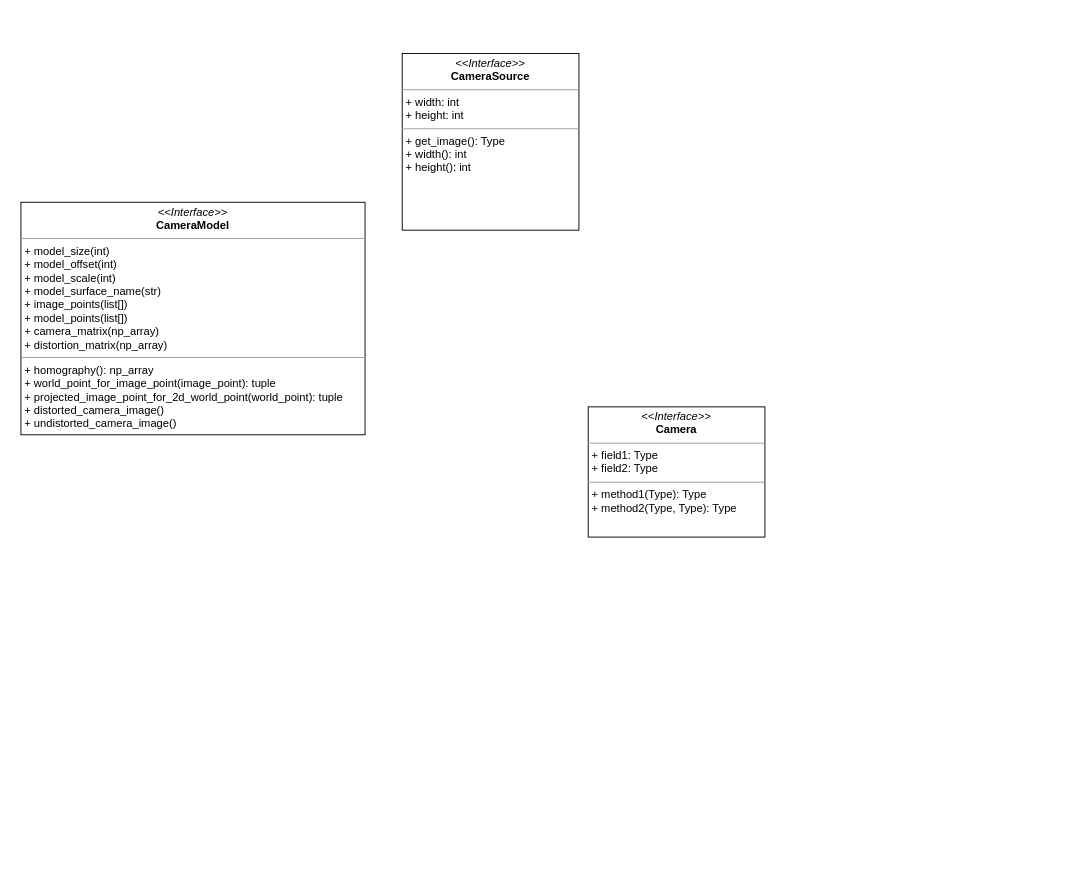
Above: CameraKit.drawio in ausport/vk-camerakit (draw.io), before the change. Source tidied: cells renumbered, new cells numbered last; positions are measured from the earlier drawing's top-left corner, leaving out a move shared by most shapes. Both pictures are drawn from the tidied source at 93%, with x=0, y=0 at pixel (20, 53).
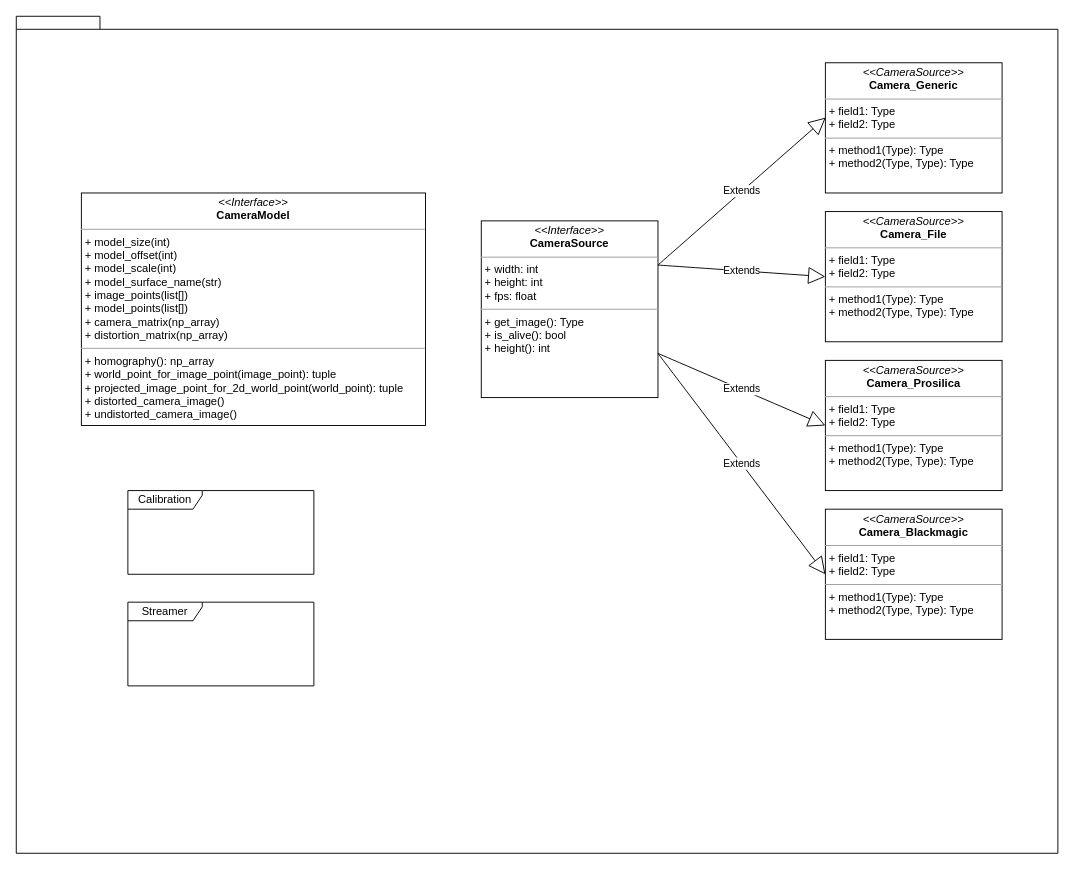
The same diagram, later.

What changed in the source:
```diff
@@
 <mxGraphModel>
   <root>
     <mxCell id="0" />
     <mxCell id="1" parent="0" />
+    <mxCell id="5" style="group;" parent="1" vertex="1">
+      <mxGeometry x="-5" y="-40" width="1120" height="900" as="geometry" />
+    </mxCell>
+    <mxCell id="6" style="shape=folder;fontStyle=1;spacingTop=10;tabWidth=40;tabHeight=14;tabPosition=left;html=1;" parent="5" vertex="1">
+      <mxGeometry width="1120" height="900" as="geometry" />
+    </mxCell>
-    <mxCell id="2" value="&lt;p style=&quot;margin: 0px ; margin-top: 4px ; text-align: center&quot;&gt;&lt;i&gt;&amp;lt;&amp;lt;Interface&amp;gt;&amp;gt;&lt;/i&gt;&lt;br&gt;&lt;b&gt;CameraModel&lt;/b&gt;&lt;/p&gt;&lt;hr size=&quot;1&quot;&gt;&lt;p style=&quot;margin: 0px ; margin-left: 4px&quot;&gt;+&amp;nbsp;model_size(int)&lt;br style=&quot;padding: 0px ; margin: 0px&quot;&gt;+&amp;nbsp;model_offset(int)&lt;br style=&quot;padding: 0px ; margin: 0px&quot;&gt;+&amp;nbsp;model_scale(int)&lt;br style=&quot;padding: 0px ; margin: 0px&quot;&gt;+&amp;nbsp;model_surface_name(str)&lt;br style=&quot;padding: 0px ; margin: 0px&quot;&gt;+ image_points(list[])&lt;br style=&quot;padding: 0px ; margin: 0px&quot;&gt;+ model_points(list[])&amp;nbsp;&amp;nbsp;&amp;nbsp;&amp;nbsp;&lt;br style=&quot;padding: 0px ; margin: 0px&quot;&gt;+&amp;nbsp;camera_matrix(np_array)&lt;br style=&quot;padding: 0px ; margin: 0px&quot;&gt;+&amp;nbsp;distortion_matrix(np_array)&lt;br&gt;&lt;/p&gt;&lt;hr size=&quot;1&quot;&gt;&lt;p style=&quot;margin: 0px ; margin-left: 4px&quot;&gt;+ homography():&amp;nbsp;np_array&lt;br style=&quot;padding: 0px ; margin: 0px&quot;&gt;+&amp;nbsp;world_point_for_image_point(image_point): tuple&lt;br style=&quot;padding: 0px ; margin: 0px&quot;&gt;+ projected_image_point_for_2d_world_point(world_point): tuple&lt;br style=&quot;padding: 0px ; margin: 0px&quot;&gt;+&amp;nbsp;distorted_camera_image()&lt;br style=&quot;padding: 0px ; margin: 0px&quot;&gt;+ undistorted_camera_image()&lt;br&gt;&lt;/p&gt;" style="verticalAlign=top;align=left;overflow=fill;fontSize=12;fontFamily=Helvetica;html=1;" parent="1" vertex="1">
-      <mxGeometry y="160" width="370" height="250" as="geometry" />
+    <mxCell id="2" value="&lt;p style=&quot;margin: 0px ; margin-top: 4px ; text-align: center&quot;&gt;&lt;i&gt;&amp;lt;&amp;lt;Interface&amp;gt;&amp;gt;&lt;/i&gt;&lt;br&gt;&lt;b&gt;CameraModel&lt;/b&gt;&lt;/p&gt;&lt;hr size=&quot;1&quot;&gt;&lt;p style=&quot;margin: 0px ; margin-left: 4px&quot;&gt;+&amp;nbsp;model_size(int)&lt;br style=&quot;padding: 0px ; margin: 0px&quot;&gt;+&amp;nbsp;model_offset(int)&lt;br style=&quot;padding: 0px ; margin: 0px&quot;&gt;+&amp;nbsp;model_scale(int)&lt;br style=&quot;padding: 0px ; margin: 0px&quot;&gt;+&amp;nbsp;model_surface_name(str)&lt;br style=&quot;padding: 0px ; margin: 0px&quot;&gt;+ image_points(list[])&lt;br style=&quot;padding: 0px ; margin: 0px&quot;&gt;+ model_points(list[])&amp;nbsp;&amp;nbsp;&amp;nbsp;&amp;nbsp;&lt;br style=&quot;padding: 0px ; margin: 0px&quot;&gt;+&amp;nbsp;camera_matrix(np_array)&lt;br style=&quot;padding: 0px ; margin: 0px&quot;&gt;+&amp;nbsp;distortion_matrix(np_array)&lt;br&gt;&lt;/p&gt;&lt;hr size=&quot;1&quot;&gt;&lt;p style=&quot;margin: 0px ; margin-left: 4px&quot;&gt;+ homography():&amp;nbsp;np_array&lt;br style=&quot;padding: 0px ; margin: 0px&quot;&gt;+&amp;nbsp;world_point_for_image_point(image_point): tuple&lt;br style=&quot;padding: 0px ; margin: 0px&quot;&gt;+ projected_image_point_for_2d_world_point(world_point): tuple&lt;br style=&quot;padding: 0px ; margin: 0px&quot;&gt;+&amp;nbsp;distorted_camera_image()&lt;br style=&quot;padding: 0px ; margin: 0px&quot;&gt;+ undistorted_camera_image()&lt;br&gt;&lt;/p&gt;" style="verticalAlign=top;align=left;overflow=fill;fontSize=12;fontFamily=Helvetica;html=1;" parent="5" vertex="1">
+      <mxGeometry x="70" y="190" width="370" height="250" as="geometry" />
     </mxCell>
-    <mxCell id="3" value="&lt;p style=&quot;margin: 0px ; margin-top: 4px ; text-align: center&quot;&gt;&lt;i&gt;&amp;lt;&amp;lt;Interface&amp;gt;&amp;gt;&lt;/i&gt;&lt;br&gt;&lt;b&gt;CameraSource&lt;/b&gt;&lt;/p&gt;&lt;hr size=&quot;1&quot;&gt;&lt;p style=&quot;margin: 0px ; margin-left: 4px&quot;&gt;+ width: int&lt;br&gt;+ height: int&lt;/p&gt;&lt;hr size=&quot;1&quot;&gt;&lt;p style=&quot;margin: 0px ; margin-left: 4px&quot;&gt;+ get_image(): Type&lt;br&gt;+ width(): int&lt;/p&gt;&lt;p style=&quot;margin: 0px ; margin-left: 4px&quot;&gt;+ height(): int&lt;span style=&quot;white-space: pre&quot;&gt; &lt;span style=&quot;white-space: pre&quot;&gt; &lt;/span&gt;&lt;/span&gt;&lt;br&gt;&lt;/p&gt;" style="verticalAlign=top;align=left;overflow=fill;fontSize=12;fontFamily=Helvetica;html=1;" parent="1" vertex="1">
-      <mxGeometry x="410" width="190" height="190" as="geometry" />
-    </mxCell>
-    <mxCell id="4" value="&lt;p style=&quot;margin: 0px ; margin-top: 4px ; text-align: center&quot;&gt;&lt;i&gt;&amp;lt;&amp;lt;Interface&amp;gt;&amp;gt;&lt;/i&gt;&lt;br&gt;&lt;b&gt;Camera&lt;/b&gt;&lt;/p&gt;&lt;hr size=&quot;1&quot;&gt;&lt;p style=&quot;margin: 0px ; margin-left: 4px&quot;&gt;+ field1: Type&lt;br&gt;+ field2: Type&lt;/p&gt;&lt;hr size=&quot;1&quot;&gt;&lt;p style=&quot;margin: 0px ; margin-left: 4px&quot;&gt;+ method1(Type): Type&lt;br&gt;+ method2(Type, Type): Type&lt;/p&gt;" style="verticalAlign=top;align=left;overflow=fill;fontSize=12;fontFamily=Helvetica;html=1;" parent="1" vertex="1">
-      <mxGeometry x="610" y="380" width="190" height="140" as="geometry" />
-    </mxCell>
+    <mxCell id="7" value="&lt;p style=&quot;margin: 0px ; margin-top: 4px ; text-align: center&quot;&gt;&lt;i&gt;&amp;lt;&amp;lt;Interface&amp;gt;&amp;gt;&lt;/i&gt;&lt;br&gt;&lt;b&gt;CameraSource&lt;/b&gt;&lt;/p&gt;&lt;hr size=&quot;1&quot;&gt;&lt;p style=&quot;margin: 0px ; margin-left: 4px&quot;&gt;+ width: int&lt;br&gt;+ height: int&lt;/p&gt;&lt;p style=&quot;margin: 0px ; margin-left: 4px&quot;&gt;+ fps: float&lt;/p&gt;&lt;hr size=&quot;1&quot;&gt;&lt;p style=&quot;margin: 0px ; margin-left: 4px&quot;&gt;+ get_image(): Type&lt;br&gt;+ is_alive(): bool&lt;/p&gt;&lt;p style=&quot;margin: 0px ; margin-left: 4px&quot;&gt;+ height(): int&lt;span style=&quot;white-space: pre&quot;&gt; &lt;span style=&quot;white-space: pre&quot;&gt; &lt;/span&gt;&lt;/span&gt;&lt;br&gt;&lt;/p&gt;" style="verticalAlign=top;align=left;overflow=fill;fontSize=12;fontFamily=Helvetica;html=1;" parent="5" vertex="1">
+      <mxGeometry x="500" y="220" width="190" height="190" as="geometry" />
+    </mxCell>
+    <mxCell id="8" value="&lt;p style=&quot;margin: 0px ; margin-top: 4px ; text-align: center&quot;&gt;&lt;i&gt;&amp;lt;&amp;lt;CameraSource&amp;gt;&amp;gt;&lt;/i&gt;&lt;br&gt;&lt;b&gt;Camera_Generic&lt;/b&gt;&lt;/p&gt;&lt;hr size=&quot;1&quot;&gt;&lt;p style=&quot;margin: 0px ; margin-left: 4px&quot;&gt;+ field1: Type&lt;br&gt;+ field2: Type&lt;/p&gt;&lt;hr size=&quot;1&quot;&gt;&lt;p style=&quot;margin: 0px ; margin-left: 4px&quot;&gt;+ method1(Type): Type&lt;br&gt;+ method2(Type, Type): Type&lt;/p&gt;" style="verticalAlign=top;align=left;overflow=fill;fontSize=12;fontFamily=Helvetica;html=1;" parent="5" vertex="1">
+      <mxGeometry x="870" y="50" width="190" height="140" as="geometry" />
+    </mxCell>
+    <mxCell id="9" value="&lt;p style=&quot;margin: 0px ; margin-top: 4px ; text-align: center&quot;&gt;&lt;i&gt;&amp;lt;&amp;lt;CameraSource&amp;gt;&amp;gt;&lt;/i&gt;&lt;br&gt;&lt;b&gt;Camera_File&lt;/b&gt;&lt;/p&gt;&lt;hr size=&quot;1&quot;&gt;&lt;p style=&quot;margin: 0px ; margin-left: 4px&quot;&gt;+ field1: Type&lt;br&gt;+ field2: Type&lt;/p&gt;&lt;hr size=&quot;1&quot;&gt;&lt;p style=&quot;margin: 0px ; margin-left: 4px&quot;&gt;+ method1(Type): Type&lt;br&gt;+ method2(Type, Type): Type&lt;/p&gt;" style="verticalAlign=top;align=left;overflow=fill;fontSize=12;fontFamily=Helvetica;html=1;" parent="5" vertex="1">
+      <mxGeometry x="870" y="210" width="190" height="140" as="geometry" />
+    </mxCell>
+    <mxCell id="10" value="&lt;p style=&quot;margin: 0px ; margin-top: 4px ; text-align: center&quot;&gt;&lt;i&gt;&amp;lt;&amp;lt;CameraSource&amp;gt;&amp;gt;&lt;/i&gt;&lt;br&gt;&lt;b&gt;Camera_Prosilica&lt;/b&gt;&lt;/p&gt;&lt;hr size=&quot;1&quot;&gt;&lt;p style=&quot;margin: 0px ; margin-left: 4px&quot;&gt;+ field1: Type&lt;br&gt;+ field2: Type&lt;/p&gt;&lt;hr size=&quot;1&quot;&gt;&lt;p style=&quot;margin: 0px ; margin-left: 4px&quot;&gt;+ method1(Type): Type&lt;br&gt;+ method2(Type, Type): Type&lt;/p&gt;" style="verticalAlign=top;align=left;overflow=fill;fontSize=12;fontFamily=Helvetica;html=1;" parent="5" vertex="1">
+      <mxGeometry x="870" y="370" width="190" height="140" as="geometry" />
+    </mxCell>
+    <mxCell id="11" value="&lt;p style=&quot;margin: 0px ; margin-top: 4px ; text-align: center&quot;&gt;&lt;i&gt;&amp;lt;&amp;lt;CameraSource&amp;gt;&amp;gt;&lt;/i&gt;&lt;br&gt;&lt;b&gt;Camera_Blackmagic&lt;/b&gt;&lt;/p&gt;&lt;hr size=&quot;1&quot;&gt;&lt;p style=&quot;margin: 0px ; margin-left: 4px&quot;&gt;+ field1: Type&lt;br&gt;+ field2: Type&lt;/p&gt;&lt;hr size=&quot;1&quot;&gt;&lt;p style=&quot;margin: 0px ; margin-left: 4px&quot;&gt;+ method1(Type): Type&lt;br&gt;+ method2(Type, Type): Type&lt;/p&gt;" style="verticalAlign=top;align=left;overflow=fill;fontSize=12;fontFamily=Helvetica;html=1;" parent="5" vertex="1">
+      <mxGeometry x="870" y="530" width="190" height="140" as="geometry" />
+    </mxCell>
+    <mxCell id="12" value="Calibration" style="shape=umlFrame;whiteSpace=wrap;html=1;width=80;height=20;" parent="5" vertex="1">
+      <mxGeometry x="120" y="510" width="200" height="90" as="geometry" />
+    </mxCell>
+    <mxCell id="13" value="Extends" style="endArrow=block;endSize=16;endFill=0;html=1;entryX=0.002;entryY=0.421;entryDx=0;entryDy=0;entryPerimeter=0;curved=1;exitX=1;exitY=0.25;exitDx=0;exitDy=0;" parent="5" edge="1" source="7" target="8">
+      <mxGeometry relative="1" as="geometry" />
+    </mxCell>
+    <mxCell id="14" value="Extends" style="endArrow=block;endSize=16;endFill=0;html=1;curved=1;entryX=0;entryY=0.5;entryDx=0;entryDy=0;exitX=1;exitY=0.25;exitDx=0;exitDy=0;" parent="5" edge="1" source="7" target="9">
+      <mxGeometry relative="1" as="geometry" />
+    </mxCell>
+    <mxCell id="15" value="Extends" style="endArrow=block;endSize=16;endFill=0;html=1;entryX=0;entryY=0.5;entryDx=0;entryDy=0;curved=1;exitX=1;exitY=0.75;exitDx=0;exitDy=0;" parent="5" edge="1" source="7" target="10">
+      <mxGeometry relative="1" as="geometry" />
+    </mxCell>
+    <mxCell id="16" value="Extends" style="endArrow=block;endSize=16;endFill=0;html=1;entryX=0;entryY=0.5;entryDx=0;entryDy=0;curved=1;exitX=1;exitY=0.75;exitDx=0;exitDy=0;" parent="5" edge="1" source="7" target="11">
+      <mxGeometry relative="1" as="geometry" />
+    </mxCell>
+    <mxCell id="17" value="Streamer" style="shape=umlFrame;whiteSpace=wrap;html=1;width=80;height=20;" parent="5" vertex="1">
+      <mxGeometry x="120" y="630" width="200" height="90" as="geometry" />
+    </mxCell>
   </root>
 </mxGraphModel>
```
